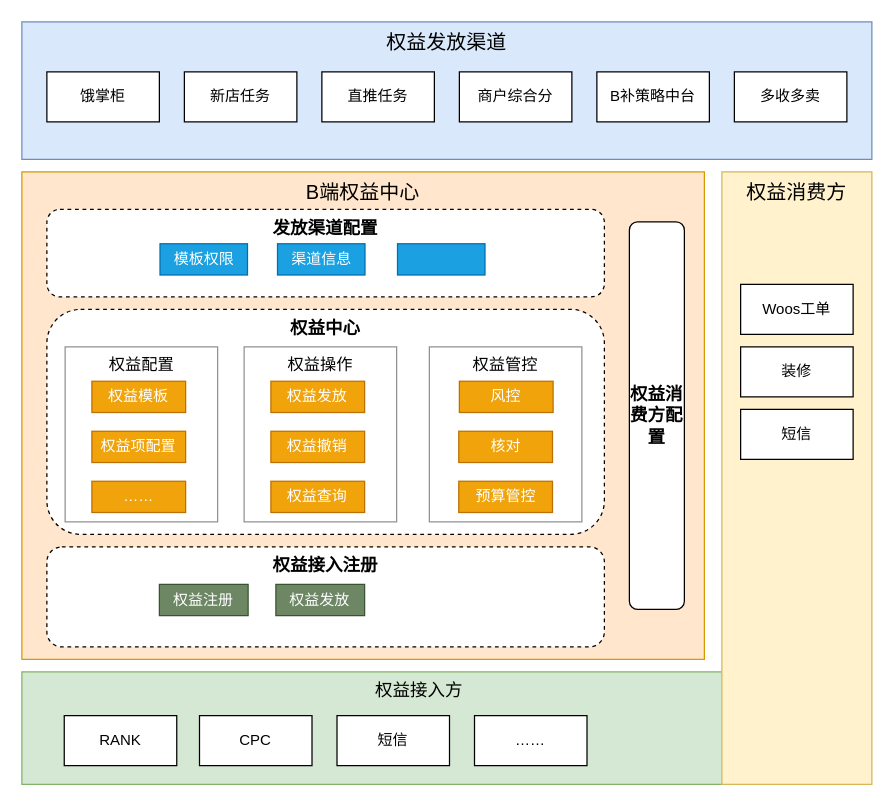
Before: page "权益逻辑架构" (1 of 2) of 权益中心.drawio in jon-kong/draw.io, a draw.io diagram. Source tidied: cells renumbered, new cells numbered last; positions are measured from the earlier drawing's top-left corner, leaving out a move shared by most shapes. Both pictures are drawn from the tidied source at 125%, with x=0, y=0 at pixel (21, 21).
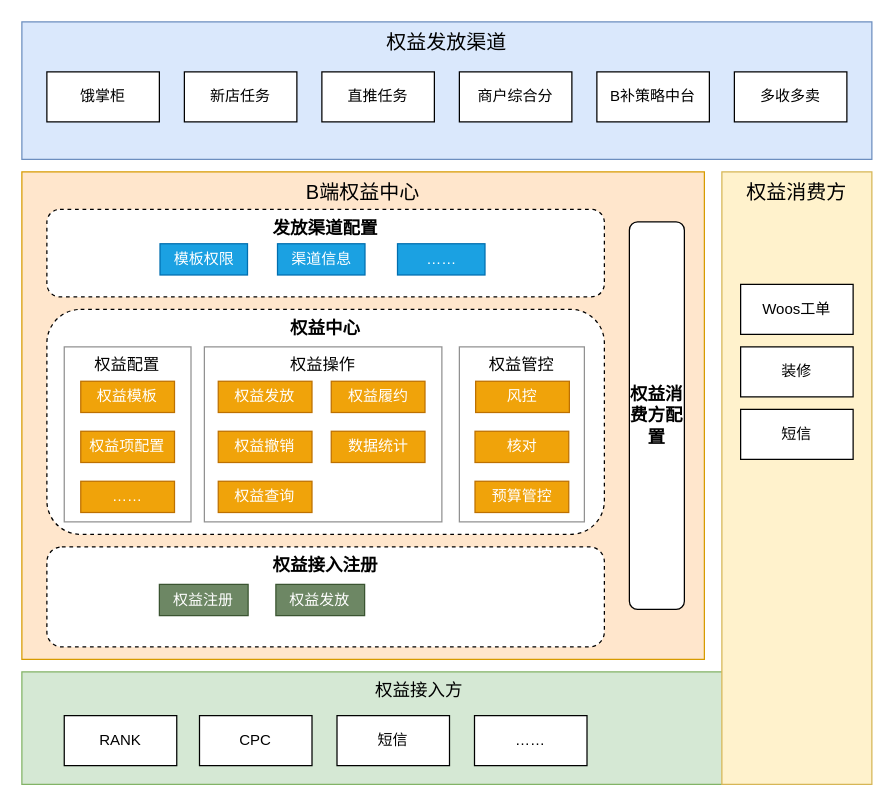
The same page after the edit.

Change to the diagram source:
```diff
@@
     <mxCell id="4" value="权益配置" style="rounded=0;whiteSpace=wrap;html=1;shadow=0;glass=0;comic=0;fontSize=13;verticalAlign=top;strokeColor=#919191;" parent="1" vertex="1">
-      <mxGeometry x="34.6" y="260" width="122" height="140" as="geometry" />
+      <mxGeometry x="33.9" y="260" width="101.4" height="140" as="geometry" />
     </mxCell>
@@
     <mxCell id="20" value="权益模板" style="rounded=0;whiteSpace=wrap;html=1;fillColor=#f0a30a;strokeColor=#BD7000;fontColor=#ffffff;" parent="1" vertex="1">
-      <mxGeometry x="56" y="287.5" width="75" height="25" as="geometry" />
+      <mxGeometry x="47.1" y="287.5" width="75" height="25" as="geometry" />
     </mxCell>
@@
-    <mxCell id="23" style="rounded=0;whiteSpace=wrap;html=1;fillColor=#1ba1e2;strokeColor=#006EAF;fontColor=#ffffff;" parent="1" vertex="1">
+    <mxCell id="23" value="……" style="rounded=0;whiteSpace=wrap;html=1;fillColor=#1ba1e2;strokeColor=#006EAF;fontColor=#ffffff;" parent="1" vertex="1">
       <mxGeometry x="300.5" y="177.5" width="70" height="25" as="geometry" />
     </mxCell>
     <mxCell id="24" value="权益项配置" style="rounded=0;whiteSpace=wrap;html=1;fillColor=#f0a30a;strokeColor=#BD7000;fontColor=#ffffff;" parent="1" vertex="1">
-      <mxGeometry x="56" y="327.5" width="75" height="25" as="geometry" />
+      <mxGeometry x="47.1" y="327.5" width="75" height="25" as="geometry" />
     </mxCell>
@@
     <mxCell id="31" value="……" style="rounded=0;whiteSpace=wrap;html=1;fillColor=#f0a30a;strokeColor=#BD7000;fontColor=#ffffff;" parent="1" vertex="1">
-      <mxGeometry x="56" y="367.5" width="75" height="25" as="geometry" />
+      <mxGeometry x="47.1" y="367.5" width="75" height="25" as="geometry" />
     </mxCell>
     <mxCell id="32" value="权益操作" style="rounded=0;whiteSpace=wrap;html=1;shadow=0;glass=0;comic=0;fontSize=13;verticalAlign=top;strokeColor=#919191;" parent="1" vertex="1">
-      <mxGeometry x="177.8" y="260" width="122" height="140" as="geometry" />
+      <mxGeometry x="146" y="260" width="190" height="140" as="geometry" />
     </mxCell>
     <mxCell id="33" value="权益发放" style="rounded=0;whiteSpace=wrap;html=1;fillColor=#f0a30a;strokeColor=#BD7000;fontColor=#ffffff;" parent="1" vertex="1">
-      <mxGeometry x="199.2" y="287.5" width="75" height="25" as="geometry" />
+      <mxGeometry x="157.1" y="287.5" width="75" height="25" as="geometry" />
     </mxCell>
     <mxCell id="34" value="权益撤销" style="rounded=0;whiteSpace=wrap;html=1;fillColor=#f0a30a;strokeColor=#BD7000;fontColor=#ffffff;" parent="1" vertex="1">
-      <mxGeometry x="199.2" y="327.5" width="75" height="25" as="geometry" />
+      <mxGeometry x="157.1" y="327.5" width="75" height="25" as="geometry" />
     </mxCell>
     <mxCell id="35" value="权益查询" style="rounded=0;whiteSpace=wrap;html=1;fillColor=#f0a30a;strokeColor=#BD7000;fontColor=#ffffff;" parent="1" vertex="1">
-      <mxGeometry x="199.2" y="367.5" width="75" height="25" as="geometry" />
+      <mxGeometry x="157.1" y="367.5" width="75" height="25" as="geometry" />
     </mxCell>
     <mxCell id="36" value="权益管控" style="rounded=0;whiteSpace=wrap;html=1;shadow=0;glass=0;comic=0;fontSize=13;verticalAlign=top;strokeColor=#919191;" parent="1" vertex="1">
-      <mxGeometry x="326" y="260" width="122" height="140" as="geometry" />
+      <mxGeometry x="350" y="260" width="100" height="140" as="geometry" />
     </mxCell>
     <mxCell id="37" value="风控" style="rounded=0;whiteSpace=wrap;html=1;fillColor=#f0a30a;strokeColor=#BD7000;fontColor=#ffffff;" parent="1" vertex="1">
-      <mxGeometry x="350" y="287.5" width="75" height="25" as="geometry" />
+      <mxGeometry x="363" y="287.5" width="75" height="25" as="geometry" />
     </mxCell>
     <mxCell id="38" value="核对" style="rounded=0;whiteSpace=wrap;html=1;fillColor=#f0a30a;strokeColor=#BD7000;fontColor=#ffffff;" parent="1" vertex="1">
-      <mxGeometry x="349.5" y="327.5" width="75" height="25" as="geometry" />
+      <mxGeometry x="362.5" y="327.5" width="75" height="25" as="geometry" />
     </mxCell>
     <mxCell id="39" value="预算管控" style="rounded=0;whiteSpace=wrap;html=1;fillColor=#f0a30a;strokeColor=#BD7000;fontColor=#ffffff;" parent="1" vertex="1">
-      <mxGeometry x="349.5" y="367.5" width="75" height="25" as="geometry" />
+      <mxGeometry x="362.5" y="367.5" width="75" height="25" as="geometry" />
     </mxCell>
+    <mxCell id="40" value="权益履约" style="rounded=0;whiteSpace=wrap;html=1;fillColor=#f0a30a;strokeColor=#BD7000;fontColor=#ffffff;" parent="1" vertex="1">
+      <mxGeometry x="247.5" y="287.5" width="75" height="25" as="geometry" />
+    </mxCell>
+    <mxCell id="41" value="数据统计" style="rounded=0;whiteSpace=wrap;html=1;fillColor=#f0a30a;strokeColor=#BD7000;fontColor=#ffffff;" parent="1" vertex="1">
+      <mxGeometry x="247.5" y="327.5" width="75" height="25" as="geometry" />
+    </mxCell>
```
